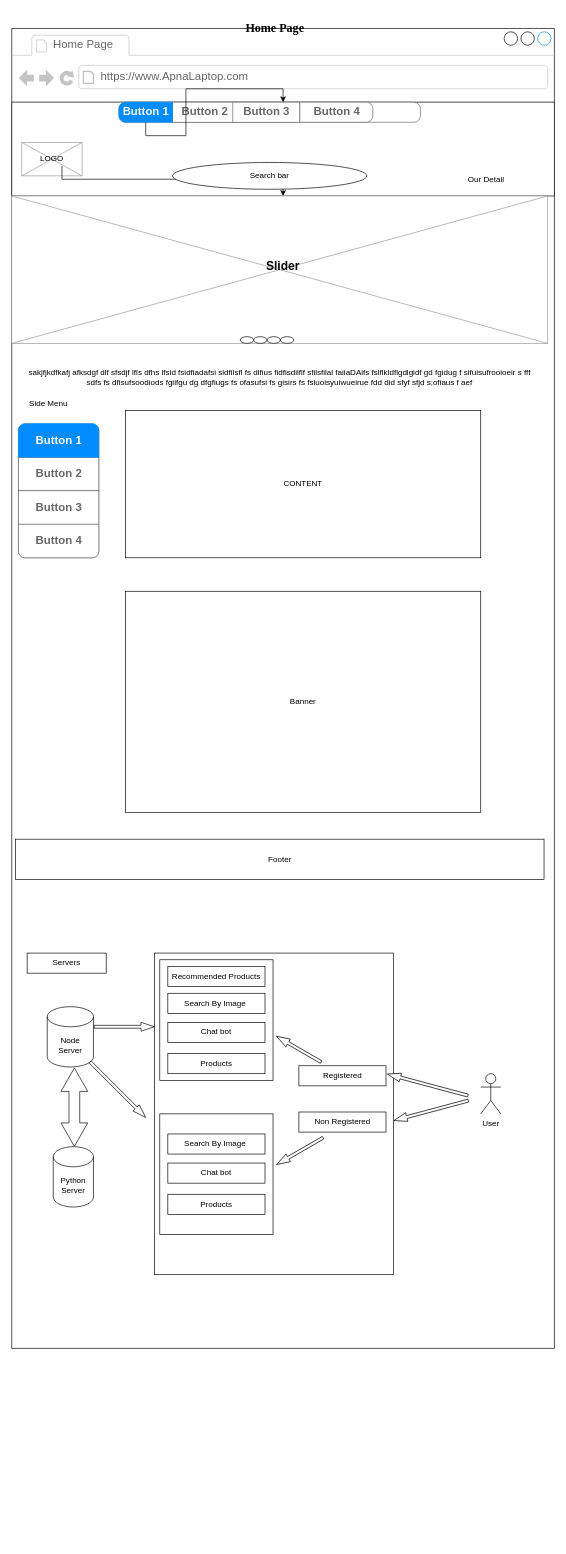
Hamza8479/Wireframe keeps this draw.io diagram as HomePage.drawio. Above is the earlier version. Source tidied: cells renumbered, new cells numbered last; positions are measured from the earlier drawing's top-left corner, leaving out a move shared by most shapes. Both pictures are drawn from the tidied source at 67%, with x=0, y=0 at pixel (11, 21).
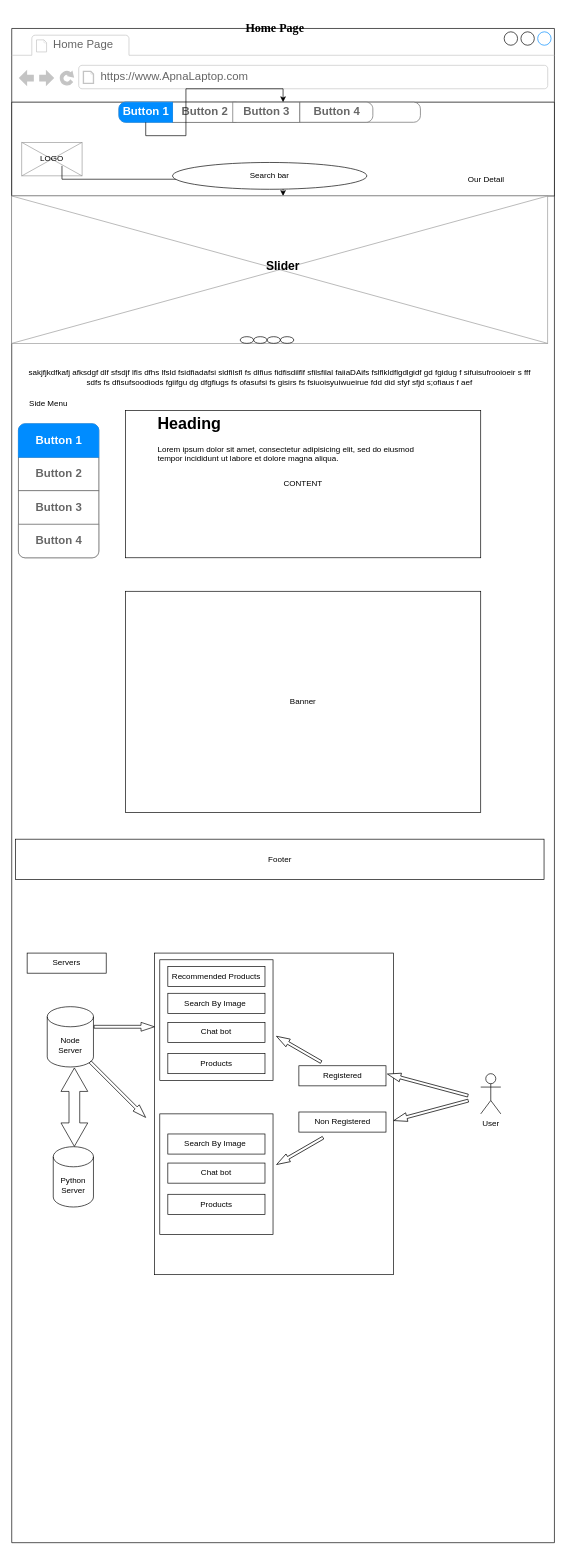
After the change.

The edit, as a diff of the source:
```diff
@@
     <mxCell id="2" style="strokeWidth=1;shadow=0;dashed=0;align=center;html=1;shape=mxgraph.mockup.containers.browserWindow;rSize=0;strokeColor2=#008cff;strokeColor3=#c4c4c4;mainText=,;" parent="1" vertex="1">
-      <mxGeometry y="10" width="810" height="1970" as="geometry" />
+      <mxGeometry y="10" width="810" height="2260" as="geometry" />
     </mxCell>
@@
+    <mxCell id="58" value="&lt;h1&gt;Heading&lt;/h1&gt;&lt;p&gt;Lorem ipsum dolor sit amet, consectetur adipisicing elit, sed do eiusmod tempor incididunt ut labore et dolore magna aliqua.&lt;/p&gt;" style="text;html=1;strokeColor=none;fillColor=none;spacing=5;spacingTop=-20;whiteSpace=wrap;overflow=hidden;rounded=0;" parent="2" vertex="1">
+      <mxGeometry x="213" y="570" width="429" height="100" as="geometry" />
+    </mxCell>
```
